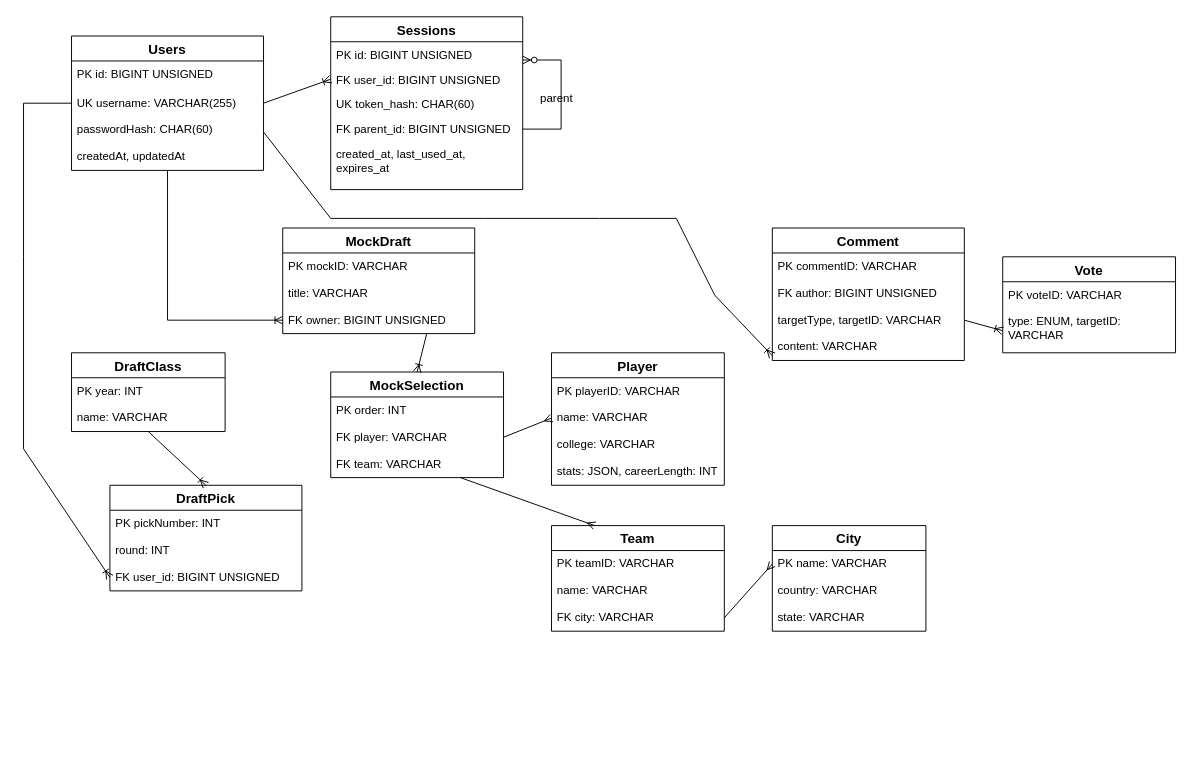
Above: design-docs/uml.drawio in AU-aidanwalden/NBADraft-482 (draw.io), before the change. Source tidied: cells renumbered, new cells numbered last; positions are measured from the earlier drawing's top-left corner, leaving out a move shared by most shapes. Both pictures are drawn from the tidied source at 96%, with x=0, y=0 at pixel (23, 16).
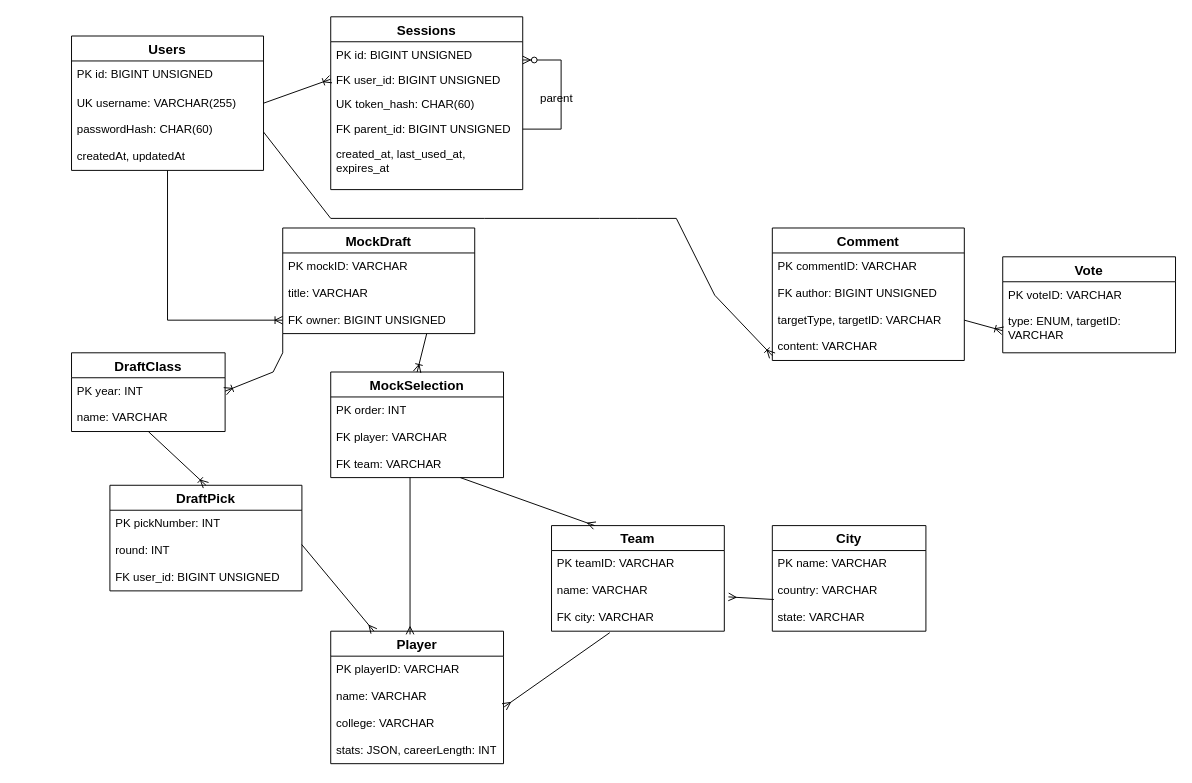
Above is the later version.

Unchanged cells that the change refers to:
```xml
<mxCell id="4" value="UK username: VARCHAR(255)" style="text;strokeColor=none;fillColor=none;spacingLeft=4;spacingRight=4;overflow=hidden;points=[[0,0.5],[1,0.5]];portConstraint=eastwest;fontSize=12;whiteSpace=wrap;html=1;" parent="2" vertex="1">
  <mxGeometry y="56" width="200" height="28" as="geometry" />
</mxCell>
<mxCell id="14" value="PK year: INT" style="text;strokeColor=none;fillColor=none;spacingLeft=4;spacingRight=4;overflow=hidden;points=[[0,0.5],[1,0.5]];portConstraint=eastwest;fontSize=12;whiteSpace=wrap;html=1;" parent="13" vertex="1">
  <mxGeometry y="26" width="160" height="28" as="geometry" />
</mxCell>
<mxCell id="16" value="MockDraft" style="swimlane;fontStyle=1;horizontal=1;startSize=26;align=center;fontSize=14;" parent="1" vertex="1">
  <mxGeometry x="270" y="220" width="200" height="110" as="geometry" />
</mxCell>
<mxCell id="22" value="round: INT" style="text;strokeColor=none;fillColor=none;spacingLeft=4;spacingRight=4;overflow=hidden;points=[[0,0.5],[1,0.5]];portConstraint=eastwest;fontSize=12;whiteSpace=wrap;html=1;" parent="20" vertex="1">
  <mxGeometry y="54" width="200" height="28" as="geometry" />
</mxCell>
<mxCell id="26" value="FK player: VARCHAR" style="text;strokeColor=none;fillColor=none;spacingLeft=4;spacingRight=4;overflow=hidden;points=[[0,0.5],[1,0.5]];portConstraint=eastwest;fontSize=12;whiteSpace=wrap;html=1;" parent="24" vertex="1">
  <mxGeometry y="54" width="180" height="28" as="geometry" />
</mxCell>
<mxCell id="27" value="FK team: VARCHAR" style="text;strokeColor=none;fillColor=none;spacingLeft=4;spacingRight=4;overflow=hidden;points=[[0,0.5],[1,0.5]];portConstraint=eastwest;fontSize=12;whiteSpace=wrap;html=1;" parent="24" vertex="1">
  <mxGeometry y="82" width="180" height="28" as="geometry" />
</mxCell>
<mxCell id="30" value="name: VARCHAR" style="text;strokeColor=none;fillColor=none;spacingLeft=4;spacingRight=4;overflow=hidden;points=[[0,0.5],[1,0.5]];portConstraint=eastwest;fontSize=12;whiteSpace=wrap;html=1;" parent="28" vertex="1">
  <mxGeometry y="54" width="180" height="28" as="geometry" />
</mxCell>
<mxCell id="31" value="college: VARCHAR" style="text;strokeColor=none;fillColor=none;spacingLeft=4;spacingRight=4;overflow=hidden;points=[[0,0.5],[1,0.5]];portConstraint=eastwest;fontSize=12;whiteSpace=wrap;html=1;" parent="28" vertex="1">
  <mxGeometry y="82" width="180" height="28" as="geometry" />
</mxCell>
<mxCell id="35" value="name: VARCHAR" style="text;strokeColor=none;fillColor=none;spacingLeft=4;spacingRight=4;overflow=hidden;points=[[0,0.5],[1,0.5]];portConstraint=eastwest;fontSize=12;whiteSpace=wrap;html=1;" parent="33" vertex="1">
  <mxGeometry y="54" width="180" height="28" as="geometry" />
</mxCell>
<mxCell id="36" value="FK city: VARCHAR" style="text;strokeColor=none;fillColor=none;spacingLeft=4;spacingRight=4;overflow=hidden;points=[[0,0.5],[1,0.5]];portConstraint=eastwest;fontSize=12;whiteSpace=wrap;html=1;" parent="33" vertex="1">
  <mxGeometry y="82" width="180" height="28" as="geometry" />
</mxCell>
<mxCell id="38" value="PK name: VARCHAR" style="text;strokeColor=none;fillColor=none;spacingLeft=4;spacingRight=4;overflow=hidden;points=[[0,0.5],[1,0.5]];portConstraint=eastwest;fontSize=12;whiteSpace=wrap;html=1;" parent="37" vertex="1">
  <mxGeometry y="26" width="160" height="28" as="geometry" />
</mxCell>
<mxCell id="39" value="country: VARCHAR" style="text;strokeColor=none;fillColor=none;spacingLeft=4;spacingRight=4;overflow=hidden;points=[[0,0.5],[1,0.5]];portConstraint=eastwest;fontSize=12;whiteSpace=wrap;html=1;" parent="37" vertex="1">
  <mxGeometry y="54" width="160" height="28" as="geometry" />
</mxCell>
```

What changed in the source:
```diff
@@
     <mxCell id="28" value="Player" style="swimlane;fontStyle=1;horizontal=1;startSize=26;align=center;fontSize=14;" parent="1" vertex="1">
-      <mxGeometry x="550" y="350" width="180" height="138" as="geometry" />
+      <mxGeometry x="320" y="640" width="180" height="138" as="geometry" />
     </mxCell>
@@
-    <mxCell id="53" style="endArrow=ERoneToMany;html=1;rounded=0;exitX=0;exitY=0.5;exitDx=0;exitDy=0;entryX=1;entryY=0.5;entryDx=0;entryDy=0;" parent="1" edge="1" source="4">
+    <mxCell id="53" style="endArrow=ERoneToMany;html=1;rounded=0;exitX=0;exitY=1;exitDx=0;exitDy=0;entryX=1;entryY=0.5;entryDx=0;entryDy=0;" parent="1" edge="1" source="16" target="14">
       <mxGeometry relative="1" as="geometry">
-        <mxPoint x="90" y="584" as="targetPoint" />
         <Array as="points">
-          <mxPoint y="90" />
-          <mxPoint y="250" />
-          <mxPoint y="450" />
+          <mxPoint x="270" y="350" />
+          <mxPoint x="260" y="370" />
         </Array>
       </mxGeometry>
     </mxCell>
@@
-    <mxCell id="57" style="endArrow=ERmany;html=1;rounded=0;exitX=1;exitY=0.5;exitDx=0;exitDy=0;entryX=0;entryY=0.5;entryDx=0;entryDy=0;" parent="1" edge="1" source="26" target="30">
+    <mxCell id="57" style="endArrow=ERmany;html=1;rounded=0;exitX=0.459;exitY=0.99;exitDx=0;exitDy=0;entryX=0.459;entryY=0.024;entryDx=0;entryDy=0;exitPerimeter=0;entryPerimeter=0;" parent="1" edge="1" source="27" target="28">
       <mxGeometry relative="1" as="geometry" />
     </mxCell>
@@
-    <mxCell id="59" style="endArrow=ERmany;html=1;rounded=0;exitX=1;exitY=0.5;exitDx=0;exitDy=0;entryX=0;entryY=0.5;entryDx=0;entryDy=0;" parent="1" edge="1" source="36" target="38">
-      <mxGeometry relative="1" as="geometry" />
-    </mxCell>
@@
+    <mxCell id="61" style="endArrow=ERmany;html=1;rounded=0;exitX=0.01;exitY=0.821;exitDx=0;exitDy=0;entryX=1.024;entryY=0.724;entryDx=0;entryDy=0;entryPerimeter=0;exitPerimeter=0;" parent="1" edge="1" source="39" target="35">
+      <mxGeometry relative="1" as="geometry" />
+    </mxCell>
+    <mxCell id="62" style="endArrow=ERmany;html=1;rounded=0;exitX=0.999;exitY=0.276;exitDx=0;exitDy=0;entryX=0.25;entryY=0;entryDx=0;entryDy=0;exitPerimeter=0;" parent="1" edge="1" source="22" target="28">
+      <mxGeometry relative="1" as="geometry" />
+    </mxCell>
+    <mxCell id="63" style="endArrow=ERmany;html=1;rounded=0;exitX=0.337;exitY=1.055;exitDx=0;exitDy=0;entryX=1.004;entryY=-0.114;entryDx=0;entryDy=0;exitPerimeter=0;entryPerimeter=0;" parent="1" edge="1" source="36" target="31">
+      <mxGeometry relative="1" as="geometry" />
+    </mxCell>
```
